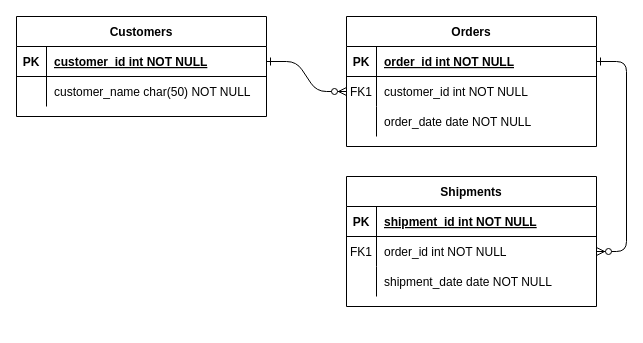
KESHAVSHARMA40/KESHAVGITHUB keeps this draw.io diagram as CSWS_Assignment1.drawio. Above is the earlier version. Source tidied: cells renumbered, new cells numbered last; positions are measured from the earlier drawing's top-left corner, leaving out a move shared by most shapes. Both pictures are drawn from the tidied source at 100%, with x=0, y=0 at pixel (16, 16).
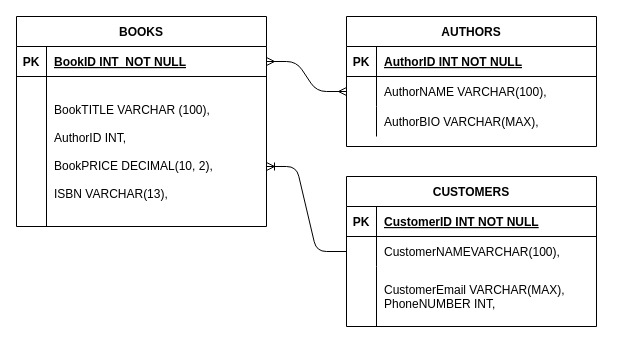
The same diagram, later.

Unchanged cells that the change refers to:
```xml
<mxCell id="5" style="shape=partialRectangle;fillColor=none;points=[[0,0.5],[1,0.5]];portConstraint=eastwest;top=0;left=0;right=0;bottom=1;" parent="4" vertex="1">
  <mxGeometry y="30" width="250" height="30" as="geometry" />
</mxCell>
<mxCell id="8" style="shape=partialRectangle;fillColor=none;points=[[0,0.5],[1,0.5]];portConstraint=eastwest;top=0;left=0;right=0;bottom=0;" parent="4" vertex="1">
  <mxGeometry y="60" width="250" height="30" as="geometry" />
</mxCell>
<mxCell id="11" style="shape=partialRectangle;fillColor=none;top=0;left=0;right=0;bottom=0;" parent="4" vertex="1">
  <mxGeometry y="90" width="250" height="30" as="geometry" />
</mxCell>
<mxCell id="15" style="shape=partialRectangle;fillColor=none;top=0;left=0;right=0;bottom=1;" parent="14" vertex="1">
  <mxGeometry y="30" width="250" height="30" as="geometry" />
</mxCell>
<mxCell id="18" style="shape=partialRectangle;fillColor=none;points=[[0,0.5],[1,0.5]];portConstraint=eastwest;top=0;left=0;right=0;bottom=0;" parent="14" vertex="1">
  <mxGeometry y="60" width="250" height="30" as="geometry" />
</mxCell>
<mxCell id="25" style="shape=partialRectangle;fillColor=none;points=[[0,0.5],[1,0.5]];portConstraint=eastwest;top=0;left=0;right=0;bottom=1;" parent="24" vertex="1">
  <mxGeometry y="30" width="250" height="30" as="geometry" />
</mxCell>
```

Change to the diagram source:
```diff
@@
-    <mxCell id="2" style="edgeStyle=entityRelationEdgeStyle;endArrow=ERzeroToMany;startArrow=ERone;endFill=1;startFill=0;" parent="1" edge="1" source="25" target="8">
+    <mxCell id="2" style="edgeStyle=entityRelationEdgeStyle;endArrow=ERmany;startArrow=ERmany;endFill=0;startFill=0;strokeWidth=1;" parent="1" edge="1" source="25" target="8">
       <mxGeometry relative="1" as="geometry" />
     </mxCell>
-    <mxCell id="3" style="edgeStyle=entityRelationEdgeStyle;endArrow=ERzeroToMany;startArrow=ERone;endFill=1;startFill=0;" parent="1" edge="1" source="5" target="18">
-      <mxGeometry relative="1" as="geometry" />
+    <mxCell id="3" style="edgeStyle=entityRelationEdgeStyle;endArrow=baseDash;startArrow=ERoneToMany;endFill=0;startFill=0;entryX=0;entryY=0.5;entryDx=0;entryDy=0;" parent="1" edge="1" target="18">
+      <mxGeometry relative="1" as="geometry">
+        <mxPoint x="250" y="150" as="sourcePoint" />
+      </mxGeometry>
     </mxCell>
-    <mxCell id="4" value="Orders" style="shape=table;startSize=30;childLayout=tableLayout;rowLines=0;fontStyle=1;align=center;" parent="1" vertex="1">
+    <mxCell id="4" value="AUTHORS" style="shape=table;startSize=30;childLayout=tableLayout;rowLines=0;fontStyle=1;align=center;" parent="1" vertex="1">
       <mxGeometry x="330" width="250" height="130" as="geometry" />
     </mxCell>
@@
-    <mxCell id="7" value="order_id int NOT NULL " style="shape=partialRectangle;overflow=hidden;fillColor=none;top=0;left=0;bottom=0;right=0;align=left;spacingLeft=6;fontStyle=5;" parent="5" vertex="1">
+    <mxCell id="7" value="AuthorID INT NOT NULL" style="shape=partialRectangle;overflow=hidden;fillColor=none;top=0;left=0;bottom=0;right=0;align=left;spacingLeft=6;fontStyle=5;" parent="5" vertex="1">
       <mxGeometry x="30" width="220" height="30" as="geometry" />
     </mxCell>
@@
-    <mxCell id="9" value="FK1" style="shape=partialRectangle;overflow=hidden;fillColor=none;top=0;left=0;bottom=0;right=0;" parent="8" vertex="1">
+    <mxCell id="9" style="shape=partialRectangle;overflow=hidden;fillColor=none;top=0;left=0;bottom=0;right=0;" parent="8" vertex="1">
       <mxGeometry width="30" height="30" as="geometry" />
     </mxCell>
-    <mxCell id="10" value="customer_id int NOT NULL" style="shape=partialRectangle;overflow=hidden;fillColor=none;top=0;left=0;bottom=0;right=0;align=left;spacingLeft=6;" parent="8" vertex="1">
+    <mxCell id="10" value="AuthorNAME VARCHAR(100)," style="shape=partialRectangle;overflow=hidden;fillColor=none;top=0;left=0;bottom=0;right=0;align=left;spacingLeft=6;" parent="8" vertex="1">
       <mxGeometry x="30" width="220" height="30" as="geometry" />
     </mxCell>
@@
-    <mxCell id="13" value="order_date date NOT NULL" style="shape=partialRectangle;overflow=hidden;fillColor=none;top=0;left=0;bottom=0;right=0;align=left;spacingLeft=6;" parent="11" vertex="1">
+    <mxCell id="13" value="AuthorBIO VARCHAR(MAX)," style="shape=partialRectangle;overflow=hidden;fillColor=none;top=0;left=0;bottom=0;right=0;align=left;spacingLeft=6;" parent="11" vertex="1">
       <mxGeometry x="30" width="220" height="30" as="geometry" />
     </mxCell>
-    <mxCell id="14" value="Shipments" style="shape=table;startSize=30;childLayout=tableLayout;rowLines=0;fontStyle=1;align=center;" parent="1" vertex="1">
-      <mxGeometry x="330" y="160" width="250" height="130" as="geometry" />
+    <mxCell id="14" value="CUSTOMERS" style="shape=table;startSize=30;childLayout=tableLayout;rowLines=0;fontStyle=1;align=center;" parent="1" vertex="1">
+      <mxGeometry x="330" y="160" width="250" height="150" as="geometry" />
     </mxCell>
@@
-    <mxCell id="17" value="shipment_id int NOT NULL " style="shape=partialRectangle;overflow=hidden;fillColor=none;top=0;left=0;bottom=0;right=0;align=left;spacingLeft=6;fontStyle=5;" parent="15" vertex="1">
+    <mxCell id="17" value="CustomerID INT NOT NULL" style="shape=partialRectangle;overflow=hidden;fillColor=none;top=0;left=0;bottom=0;right=0;align=left;spacingLeft=6;fontStyle=5;" parent="15" vertex="1">
       <mxGeometry x="30" width="220" height="30" as="geometry" />
     </mxCell>
@@
-    <mxCell id="19" value="FK1" style="shape=partialRectangle;overflow=hidden;fillColor=none;top=0;left=0;bottom=0;right=0;" parent="18" vertex="1">
+    <mxCell id="19" style="shape=partialRectangle;overflow=hidden;fillColor=none;top=0;left=0;bottom=0;right=0;" parent="18" vertex="1">
       <mxGeometry width="30" height="30" as="geometry" />
     </mxCell>
-    <mxCell id="20" value="order_id int NOT NULL" style="shape=partialRectangle;overflow=hidden;fillColor=none;top=0;left=0;bottom=0;right=0;align=left;spacingLeft=6;" parent="18" vertex="1">
+    <mxCell id="20" value="CustomerNAMEVARCHAR(100)," style="shape=partialRectangle;overflow=hidden;fillColor=none;top=0;left=0;bottom=0;right=0;align=left;spacingLeft=6;" parent="18" vertex="1">
       <mxGeometry x="30" width="220" height="30" as="geometry" />
     </mxCell>
     <mxCell id="21" style="shape=partialRectangle;fillColor=none;top=0;left=0;right=0;bottom=0;" parent="14" vertex="1">
-      <mxGeometry y="90" width="250" height="30" as="geometry" />
+      <mxGeometry y="90" width="250" height="60" as="geometry" />
     </mxCell>
     <mxCell id="22" style="shape=partialRectangle;overflow=hidden;fillColor=none;top=0;left=0;bottom=0;right=0;" parent="21" vertex="1">
-      <mxGeometry width="30" height="30" as="geometry" />
+      <mxGeometry width="30" height="60" as="geometry" />
     </mxCell>
-    <mxCell id="23" value="shipment_date date NOT NULL" style="shape=partialRectangle;overflow=hidden;fillColor=none;top=0;left=0;bottom=0;right=0;align=left;spacingLeft=6;" parent="21" vertex="1">
-      <mxGeometry x="30" width="220" height="30" as="geometry" />
+    <mxCell id="23" value="CustomerEmail VARCHAR(MAX),&#10;PhoneNUMBER INT," style="shape=partialRectangle;overflow=hidden;fillColor=none;top=0;left=0;bottom=0;right=0;align=left;spacingLeft=6;" parent="21" vertex="1">
+      <mxGeometry x="30" width="220" height="60" as="geometry" />
     </mxCell>
-    <mxCell id="24" value="Customers" style="shape=table;startSize=30;childLayout=tableLayout;rowLines=0;fontStyle=1;align=center;" parent="1" vertex="1">
-      <mxGeometry width="250" height="100" as="geometry" />
+    <mxCell id="24" value="BOOKS" style="shape=table;startSize=30;childLayout=tableLayout;rowLines=0;fontStyle=1;align=center;" parent="1" vertex="1">
+      <mxGeometry width="250" height="210" as="geometry" />
     </mxCell>
@@
-    <mxCell id="27" value="customer_id int NOT NULL " style="shape=partialRectangle;overflow=hidden;fillColor=none;top=0;left=0;bottom=0;right=0;align=left;spacingLeft=6;fontStyle=5;" parent="25" vertex="1">
+    <mxCell id="27" value="BookID INT  NOT NULL" style="shape=partialRectangle;overflow=hidden;fillColor=none;top=0;left=0;bottom=0;right=0;align=left;spacingLeft=6;fontStyle=5;" parent="25" vertex="1">
       <mxGeometry x="30" width="220" height="30" as="geometry" />
     </mxCell>
     <mxCell id="28" style="shape=partialRectangle;fillColor=none;top=0;left=0;right=0;bottom=0;" parent="24" vertex="1">
-      <mxGeometry y="60" width="250" height="30" as="geometry" />
+      <mxGeometry y="60" width="250" height="150" as="geometry" />
     </mxCell>
     <mxCell id="29" style="shape=partialRectangle;overflow=hidden;fillColor=none;top=0;left=0;bottom=0;right=0;" parent="28" vertex="1">
-      <mxGeometry width="30" height="30" as="geometry" />
+      <mxGeometry width="30" height="150" as="geometry" />
     </mxCell>
-    <mxCell id="30" value="customer_name char(50) NOT NULL" style="shape=partialRectangle;overflow=hidden;fillColor=none;top=0;left=0;bottom=0;right=0;align=left;spacingLeft=6;" parent="28" vertex="1">
-      <mxGeometry x="30" width="220" height="30" as="geometry" />
+    <mxCell id="30" value="BookTITLE VARCHAR (100),&#10;&#10;AuthorID INT,&#10;&#10;BookPRICE DECIMAL(10, 2),&#10;&#10;ISBN VARCHAR(13)," style="shape=partialRectangle;overflow=hidden;fillColor=none;top=0;left=0;bottom=0;right=0;align=left;spacingLeft=6;" parent="28" vertex="1">
+      <mxGeometry x="30" width="220" height="150" as="geometry" />
     </mxCell>
```
